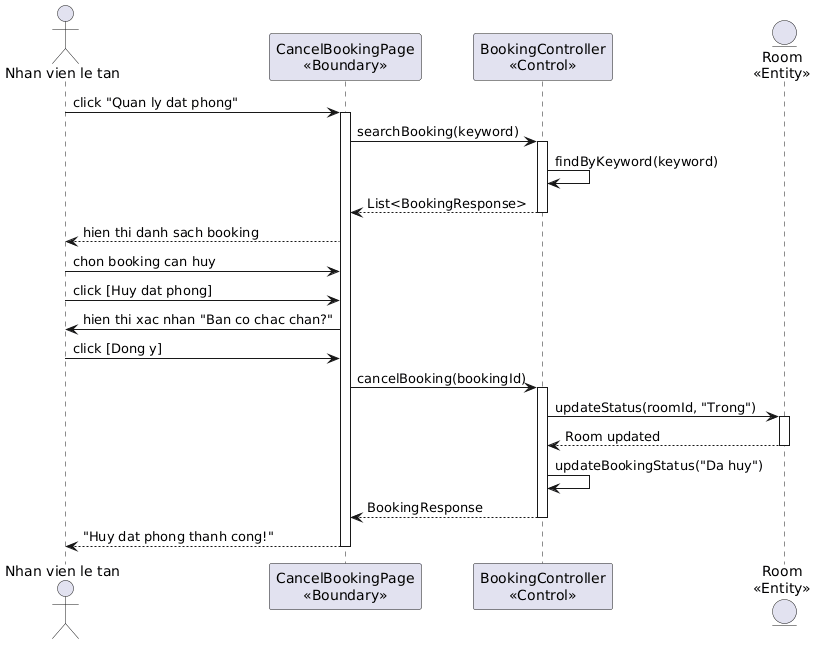
Above: output/diagrams/booking_seq_4.png in thanhtrnnn/cnpm (PlantUML), before the change.
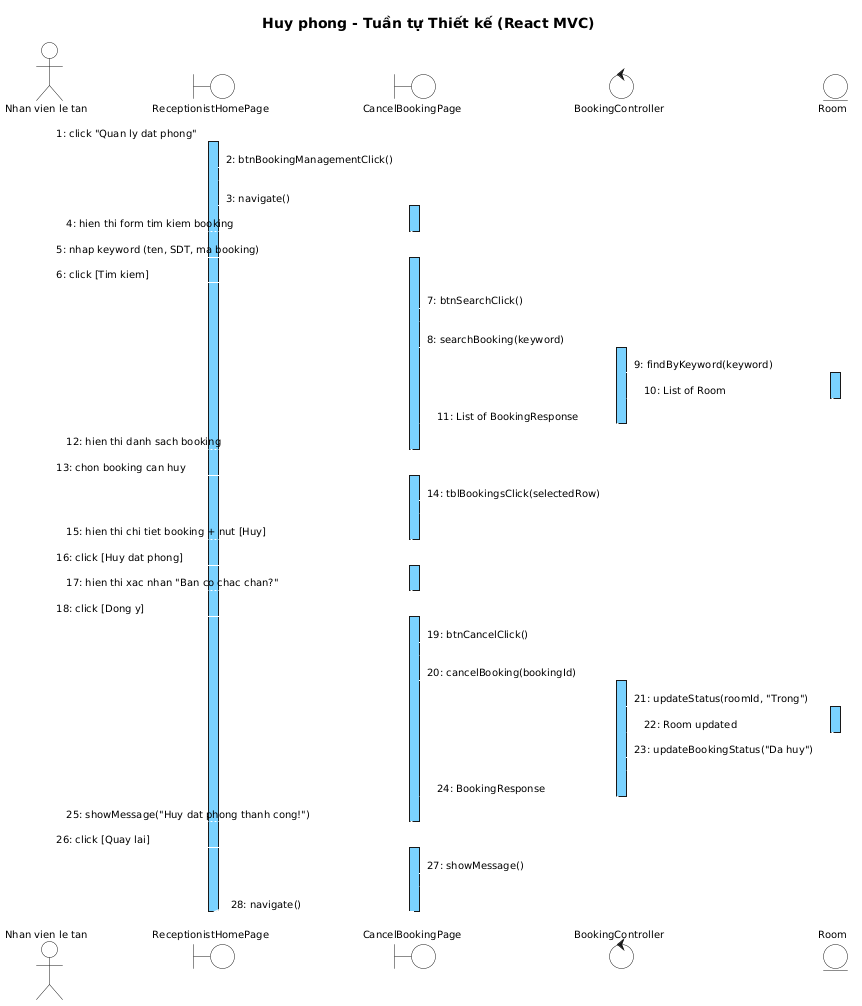
The same file after the commit.

Change to the diagram source:
```diff
@@ -1,31 +1,87 @@
 @startuml
+skinparam shadowing false
+skinparam SequenceMessageAlign left
+skinparam SequenceLifeLineBackgroundColor #7AD2FF
+skinparam SequenceLifeLineBorderColor #000000
+
+<style>
+sequenceDiagram {
+  Shadowing 0
+  RoundCorner 0
+  FontName "Arial"
+  FontSize 10
+  FontColor #000000
+  participant { BackgroundColor #7AD2FF LineColor #000000 LineThickness 1 }
+  actor { BackgroundColor transparent LineColor #000000 }
+  boundary { BackgroundColor #7AD2FF LineColor #000000 }
+  control { BackgroundColor #7AD2FF LineColor #000000 }
+  entity { BackgroundColor #7AD2FF LineColor #000000 }
+  lifeline { LineColor #000000 LineStyle 5-5 }
+  arrow { LineColor #000000 LineThickness 1 FontSize 10 }
+}
+</style>
+
+title Huy phong - Tuần tự Thiết kế (React MVC)
+
 actor "Nhan vien le tan" as NV
-participant "CancelBookingPage\n<<Boundary>>" as Cancel
-participant "BookingController\n<<Control>>" as Ctrl
-entity "Room\n<<Entity>>" as Room
+boundary ReceptionistHomePage
+boundary CancelBookingPage
+control BookingController
+entity Room
 
-NV -> Cancel: click "Quan ly dat phong"
-activate Cancel
-Cancel -> Ctrl: searchBooking(keyword)
-activate Ctrl
-Ctrl -> Ctrl: findByKeyword(keyword)
-Ctrl --> Cancel: List<BookingResponse>
-deactivate Ctrl
-Cancel --> NV: hien thi danh sach booking
+NV -> ReceptionistHomePage : 1: click "Quan ly dat phong"
+activate ReceptionistHomePage
+ReceptionistHomePage -> ReceptionistHomePage : 2: btnBookingManagementClick()
+ReceptionistHomePage -> CancelBookingPage : 3: navigate()
+activate CancelBookingPage
+CancelBookingPage --> NV : 4: hien thi form tim kiem booking
+deactivate CancelBookingPage
 
-NV -> Cancel: chon booking can huy
-NV -> Cancel: click [Huy dat phong]
-Cancel -> NV: hien thi xac nhan "Ban co chac chan?"
-NV -> Cancel: click [Dong y]
-Cancel -> Ctrl: cancelBooking(bookingId)
-activate Ctrl
-Ctrl -> Room: updateStatus(roomId, "Trong")
+NV -> CancelBookingPage : 5: nhap keyword (ten, SDT, ma booking)
+activate CancelBookingPage
+NV -> CancelBookingPage : 6: click [Tim kiem]
+CancelBookingPage -> CancelBookingPage : 7: btnSearchClick()
+CancelBookingPage -> BookingController : 8: searchBooking(keyword)
+activate BookingController
+BookingController -> Room : 9: findByKeyword(keyword)
 activate Room
-Room --> Ctrl: Room updated
+Room --> BookingController : 10: List of Room
 deactivate Room
-Ctrl -> Ctrl: updateBookingStatus("Da huy")
-Ctrl --> Cancel: BookingResponse
-deactivate Ctrl
-Cancel --> NV: "Huy dat phong thanh cong!"
-deactivate Cancel
+BookingController --> CancelBookingPage : 11: List of BookingResponse
+deactivate BookingController
+CancelBookingPage --> NV : 12: hien thi danh sach booking
+deactivate CancelBookingPage
+
+NV -> CancelBookingPage : 13: chon booking can huy
+activate CancelBookingPage
+CancelBookingPage -> CancelBookingPage : 14: tblBookingsClick(selectedRow)
+CancelBookingPage --> NV : 15: hien thi chi tiet booking + nut [Huy]
+deactivate CancelBookingPage
+
+NV -> CancelBookingPage : 16: click [Huy dat phong]
+activate CancelBookingPage
+CancelBookingPage --> NV : 17: hien thi xac nhan "Ban co chac chan?"
+deactivate CancelBookingPage
+
+NV -> CancelBookingPage : 18: click [Dong y]
+activate CancelBookingPage
+CancelBookingPage -> CancelBookingPage : 19: btnCancelClick()
+CancelBookingPage -> BookingController : 20: cancelBooking(bookingId)
+activate BookingController
+BookingController -> Room : 21: updateStatus(roomId, "Trong")
+activate Room
+Room --> BookingController : 22: Room updated
+deactivate Room
+BookingController -> BookingController : 23: updateBookingStatus("Da huy")
+BookingController --> CancelBookingPage : 24: BookingResponse
+deactivate BookingController
+CancelBookingPage --> NV : 25: showMessage("Huy dat phong thanh cong!")
+deactivate CancelBookingPage
+
+NV -> CancelBookingPage : 26: click [Quay lai]
+activate CancelBookingPage
+CancelBookingPage -> CancelBookingPage : 27: showMessage()
+CancelBookingPage -> ReceptionistHomePage : 28: navigate()
+deactivate CancelBookingPage
+deactivate ReceptionistHomePage
 @enduml
```
